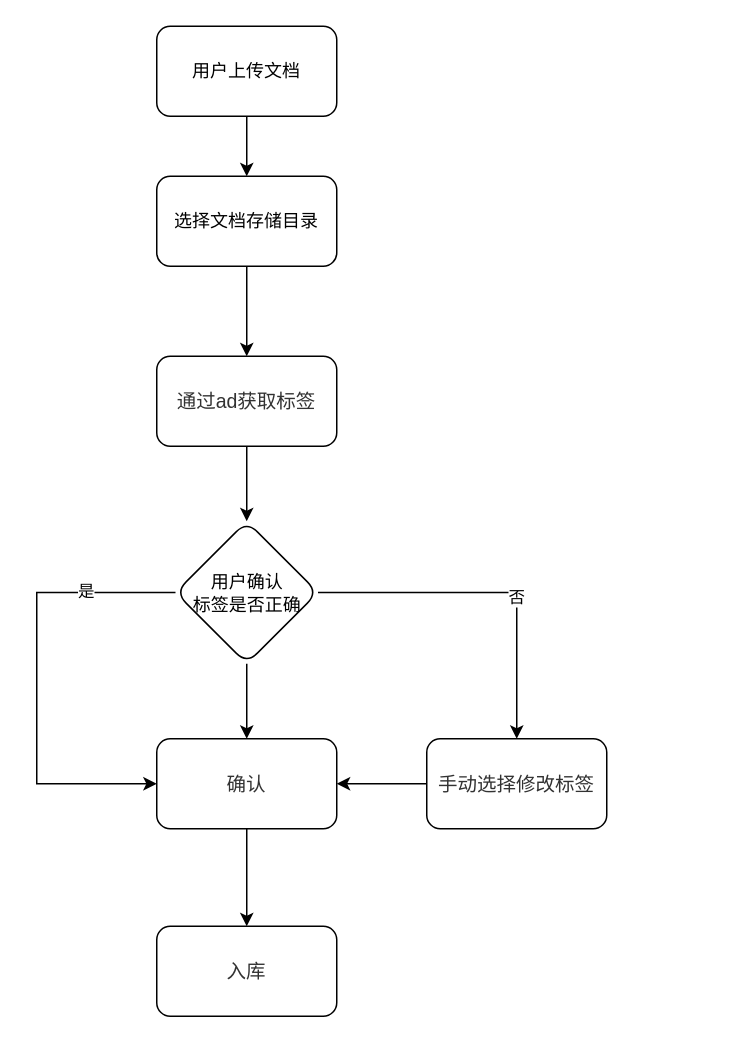
Earlier version of the draw.io diagram Automatic label.drawio (Musk-Mxy/Mxy). Source tidied: cells renumbered, new cells numbered last; positions are measured from the earlier drawing's top-left corner, leaving out a move shared by most shapes. Both pictures are drawn from the tidied source at 150%, with x=0, y=0 at pixel (36, 26).
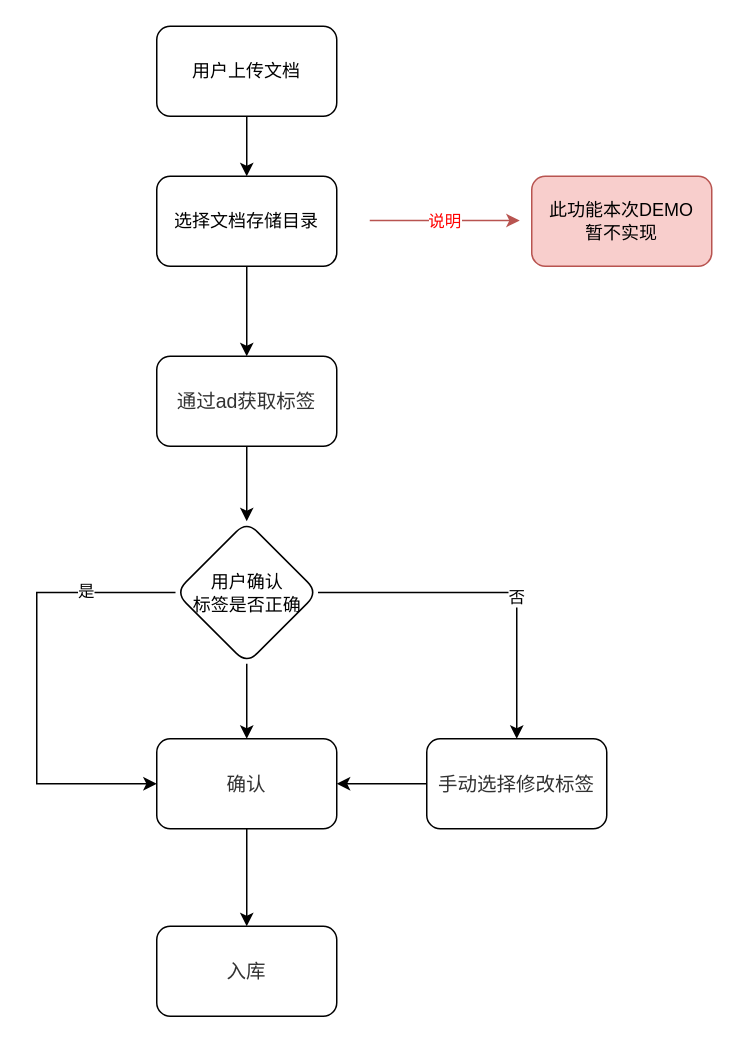
After the change.

What changed in the source:
```diff
@@
+    <mxCell id="19" value="此功能本次DEMO&lt;br&gt;暂不实现" style="rounded=1;whiteSpace=wrap;html=1;fillColor=#f8cecc;strokeColor=#b85450;" parent="1" vertex="1">
+      <mxGeometry x="330" y="100" width="120" height="60" as="geometry" />
+    </mxCell>
+    <mxCell id="20" value="说明" style="endArrow=classic;html=1;rounded=0;fillColor=#f8cecc;strokeColor=#b85450;fontColor=#FF0000;" parent="1" edge="1">
+      <mxGeometry relative="1" as="geometry">
+        <mxPoint x="222" y="129.5" as="sourcePoint" />
+        <mxPoint x="322" y="129.5" as="targetPoint" />
+      </mxGeometry>
+    </mxCell>
```
